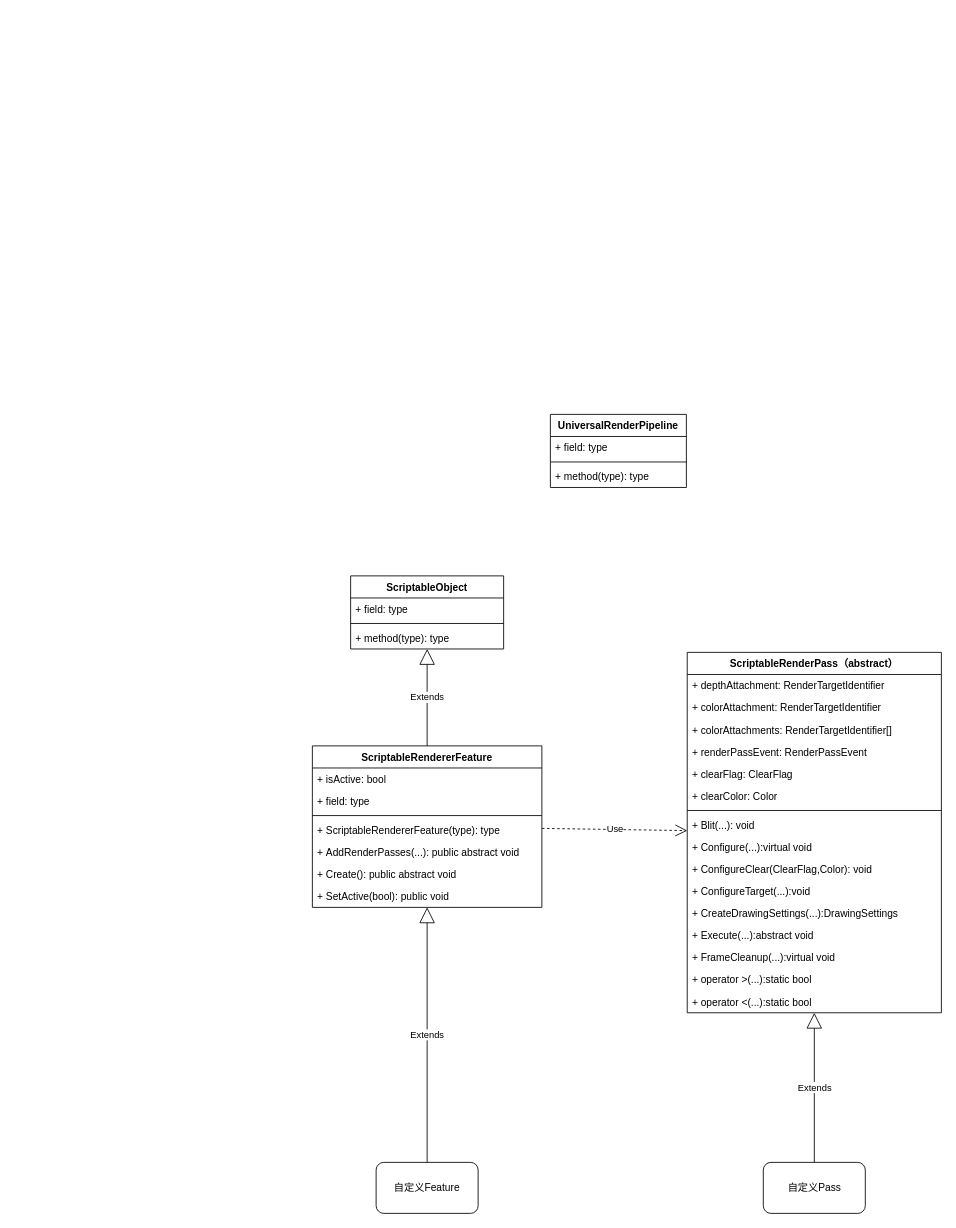
Earlier version of the draw.io diagram URP.drawio (gatzai/DrawioStorage). Source tidied: cells renumbered, new cells numbered last; positions are measured from the earlier drawing's top-left corner, leaving out a move shared by most shapes. Both pictures are drawn from the tidied source at 85%, with x=0, y=0 at pixel (312, 414).
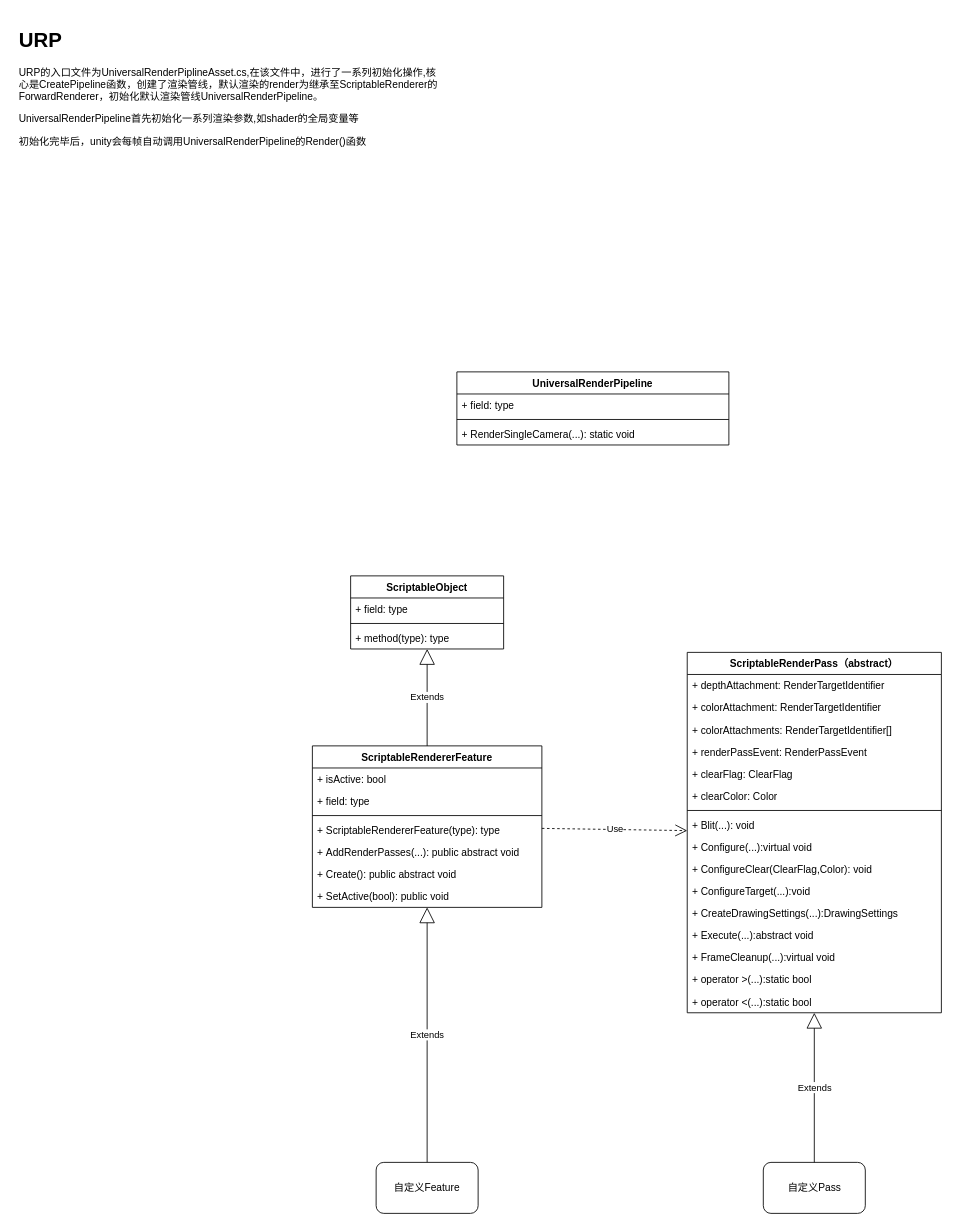
The same page after the edit.

What changed in the source:
```diff
@@
     <mxCell id="2" value="UniversalRenderPipeline" style="swimlane;fontStyle=1;align=center;verticalAlign=top;horizontal=1;startSize=26;" parent="1" vertex="1">
-      <mxGeometry x="280" width="160" height="86" as="geometry" />
+      <mxGeometry x="170" y="-50" width="320" height="86" as="geometry" />
     </mxCell>
     <mxCell id="3" value="+ field: type" style="text;strokeColor=none;fillColor=none;align=left;verticalAlign=top;spacingLeft=4;spacingRight=4;overflow=hidden;" parent="2" vertex="1">
-      <mxGeometry y="26" width="160" height="26" as="geometry" />
+      <mxGeometry y="26" width="320" height="26" as="geometry" />
     </mxCell>
     <mxCell id="4" style="line;strokeWidth=1;fillColor=none;align=left;verticalAlign=middle;spacingTop=-1;spacingLeft=3;spacingRight=3;labelPosition=right;" parent="2" vertex="1">
-      <mxGeometry y="52" width="160" height="8" as="geometry" />
+      <mxGeometry y="52" width="320" height="8" as="geometry" />
     </mxCell>
-    <mxCell id="5" value="+ method(type): type" style="text;strokeColor=none;fillColor=none;align=left;verticalAlign=top;spacingLeft=4;spacingRight=4;overflow=hidden;" parent="2" vertex="1">
-      <mxGeometry y="60" width="160" height="26" as="geometry" />
+    <mxCell id="5" value="+ RenderSingleCamera(...): static void" style="text;strokeColor=none;fillColor=none;align=left;verticalAlign=top;spacingLeft=4;spacingRight=4;overflow=hidden;" parent="2" vertex="1">
+      <mxGeometry y="60" width="320" height="26" as="geometry" />
     </mxCell>
@@
+    <mxCell id="41" value="&lt;h1&gt;URP&lt;/h1&gt;&lt;p&gt;URP的入口文件为UniversalRenderPiplineAsset.cs,在该文件中，进行了一系列初始化操作,核心是CreatePipeline函数，创建了渲染管线，默认渲染的render为继承至ScriptableRenderer的ForwardRenderer，初始化默认渲染管线UniversalRenderPipeline。&lt;/p&gt;&lt;p&gt;UniversalRenderPipeline首先初始化一系列渲染参数,如shader的全局变量等&lt;/p&gt;&lt;p&gt;初始化完毕后，unity会每帧自动调用UniversalRenderPipeline的Render()函数&lt;br&gt;&lt;/p&gt;&lt;p&gt;&lt;br&gt;&lt;/p&gt;&lt;p&gt;&lt;br&gt;&lt;/p&gt;&lt;p&gt;&lt;br&gt;&lt;/p&gt;" style="text;html=1;strokeColor=none;fillColor=none;spacing=5;spacingTop=-20;whiteSpace=wrap;overflow=hidden;rounded=0;" parent="1" vertex="1">
+      <mxGeometry x="-350" y="-460" width="510" height="200" as="geometry" />
+    </mxCell>
```
